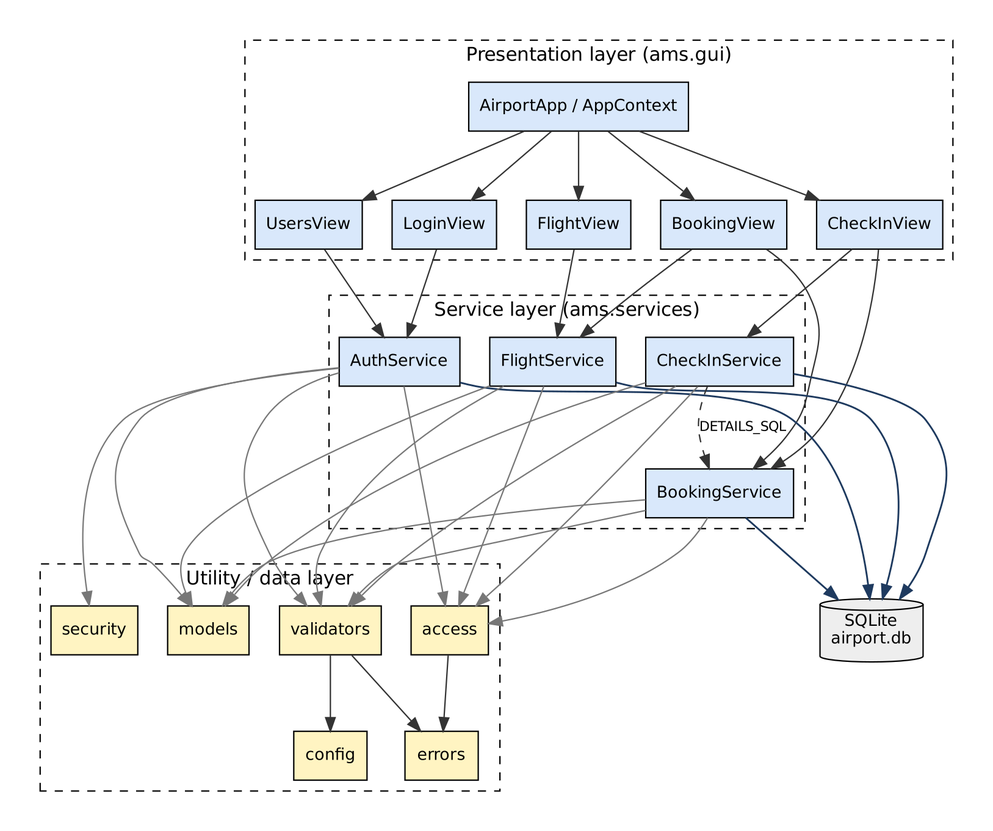
praksingh-2702/AirportMS keeps this Graphviz diagram as docs/diagrams/module_coupling.png. Above is the earlier version. Its source is kept beside it as docs/diagrams/module_coupling.dot.
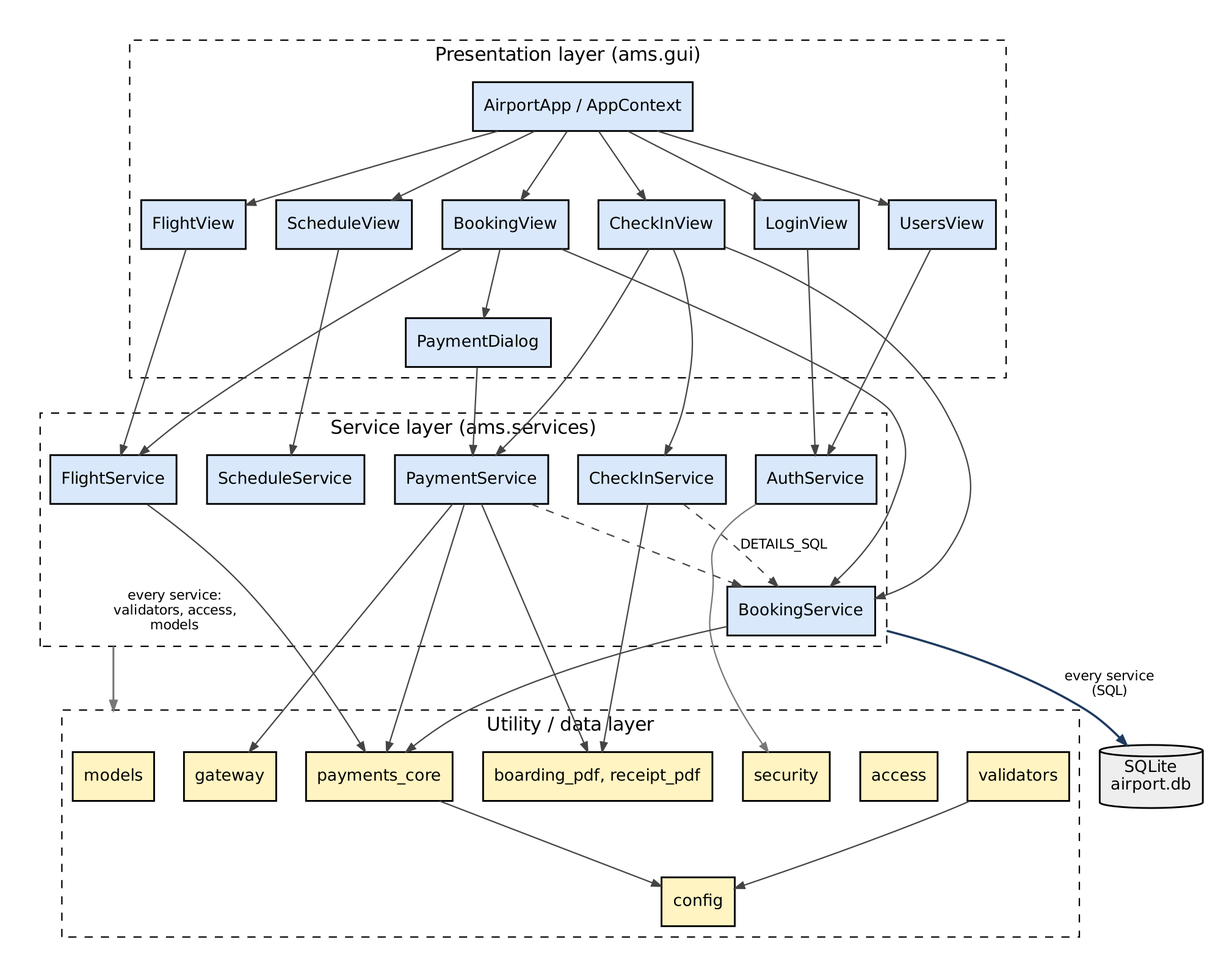
Above is the later version.

Change to the diagram source:
```diff
@@ -1,40 +1,32 @@
 digraph "module_coupling" {
-  graph [fontname="DejaVu Sans" pad=0.3 rankdir=TB nodesep=0.3 ranksep=0.7 compound=true];
-  node [fontname="DejaVu Sans" fontsize=12];
-  edge [fontname="DejaVu Sans" fontsize=10 color="#333333"];
-  node [shape=box style="filled" fillcolor="#D9E8FB"];
-  subgraph cluster_gui { label="Presentation layer (ams.gui)" style=dashed; app [label="AirportApp / AppContext"]; lv [label="LoginView"]; fv [label="FlightView"]; bv [label="BookingView"]; cv [label="CheckInView"]; uv [label="UsersView"]; }
-  subgraph cluster_svc { label="Service layer (ams.services)" style=dashed; as [label="AuthService"]; fs [label="FlightService"]; bs [label="BookingService"]; cs [label="CheckInService"]; }
-  subgraph cluster_util { label="Utility / data layer" style=dashed; node [fillcolor="#FFF4C2"]; val [label="validators"]; acc [label="access"]; sec [label="security"]; mod [label="models"]; cfg [label="config"]; err [label="errors"]; }
+  graph [rankdir=TB bgcolor="#FFFFFF" fontname="DejaVu Sans" pad=0.3 splines=true nodesep=0.3 ranksep=0.7 compound=true];
+  node [fontname="DejaVu Sans" fontsize=12 color="#000000" fillcolor="#D9E8FB" style=filled penwidth=1.3];
+  edge [fontname="DejaVu Sans" fontsize=10 color="#444444" arrowsize=0.7];
+  node [shape=box];
+  subgraph cluster_gui { label="Presentation layer (ams.gui)" style=dashed fontname="DejaVu Sans" app [label="AirportApp / AppContext" fillcolor="#D9E8FB"]; lv [label="LoginView" fillcolor="#D9E8FB"]; fv [label="FlightView" fillcolor="#D9E8FB"]; sv [label="ScheduleView" fillcolor="#D9E8FB"]; bv [label="BookingView" fillcolor="#D9E8FB"]; pd [label="PaymentDialog" fillcolor="#D9E8FB"]; cv [label="CheckInView" fillcolor="#D9E8FB"]; uv [label="UsersView" fillcolor="#D9E8FB"]; }
+  subgraph cluster_svc { label="Service layer (ams.services)" style=dashed fontname="DejaVu Sans" as [label="AuthService" fillcolor="#D9E8FB"]; fs [label="FlightService" fillcolor="#D9E8FB"]; ss [label="ScheduleService" fillcolor="#D9E8FB"]; bs [label="BookingService" fillcolor="#D9E8FB"]; ps [label="PaymentService" fillcolor="#D9E8FB"]; cs [label="CheckInService" fillcolor="#D9E8FB"]; }
+  subgraph cluster_util { label="Utility / data layer" style=dashed fontname="DejaVu Sans" val [label="validators" fillcolor="#FFF4C2"]; acc [label="access" fillcolor="#FFF4C2"]; sec [label="security" fillcolor="#FFF4C2"]; mod [label="models" fillcolor="#FFF4C2"]; cfg [label="config" fillcolor="#FFF4C2"]; gw [label="gateway" fillcolor="#FFF4C2"]; pc [label="payments_core" fillcolor="#FFF4C2"]; pdf [label="boarding_pdf, receipt_pdf" fillcolor="#FFF4C2"]; }
   db [shape=cylinder fillcolor="#EEEEEE" label="SQLite\nairport.db"];
   app -> lv;
   app -> fv;
+  app -> sv;
   app -> bv;
   app -> cv;
   app -> uv;
+  bv -> pd;
   lv -> as;
   uv -> as;
   fv -> fs;
+  sv -> ss;
   bv -> bs;
   bv -> fs;
+  pd -> ps;
   cv -> cs;
   cv -> bs;
-  as -> val [color="#777777"];
-  as -> acc [color="#777777"];
-  as -> mod [color="#777777"];
-  as -> db [color="#1E3A5F" penwidth=1.3];
-  fs -> val [color="#777777"];
-  fs -> acc [color="#777777"];
-  fs -> mod [color="#777777"];
-  fs -> db [color="#1E3A5F" penwidth=1.3];
-  bs -> val [color="#777777"];
-  bs -> acc [color="#777777"];
-  bs -> mod [color="#777777"];
-  bs -> db [color="#1E3A5F" penwidth=1.3];
-  cs -> val [color="#777777"];
-  cs -> acc [color="#777777"];
-  cs -> mod [color="#777777"];
-  cs -> db [color="#1E3A5F" penwidth=1.3];
-  as -> sec [color="#777777"]; cs -> bs [style=dashed label="DETAILS_SQL"];
-  val -> cfg; val -> err; acc -> err;
+  cv -> ps;
+  fs -> mod [ltail=cluster_svc lhead=cluster_util color="#777777" penwidth=1.4 label="every service:\nvalidators, access,\nmodels"];
+  bs -> db [ltail=cluster_svc color="#1E3A5F" penwidth=1.6 label="every service\n(SQL)"];
+  as -> sec [color="#777777"]; ps -> gw; ps -> pc; bs -> pc; fs -> pc; ps -> pdf; cs -> pdf;
+  cs -> bs [style=dashed label="DETAILS_SQL"]; ps -> bs [style=dashed];
+  val -> cfg; pc -> cfg;
 }
```
